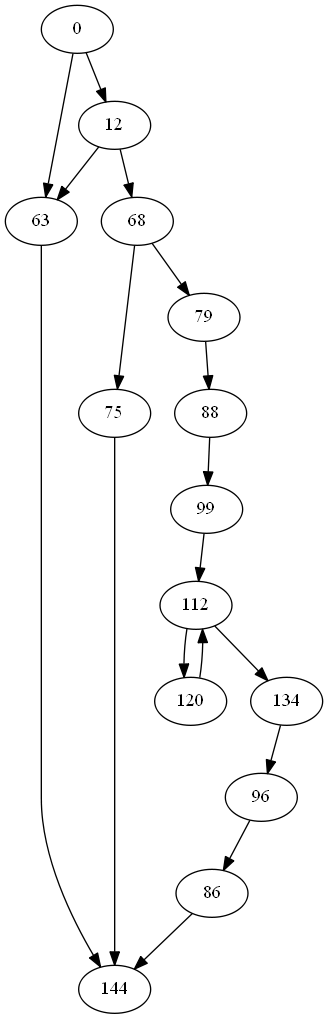
Michael-LiangAnze/iEvmOpt keeps this Graphviz diagram as iEvmOpt/Cfg/CfgOutput/test1_graph.png. Above is the earlier version. Its source is kept beside it as iEvmOpt/Cfg/CfgOutput/test1_graph.gv.
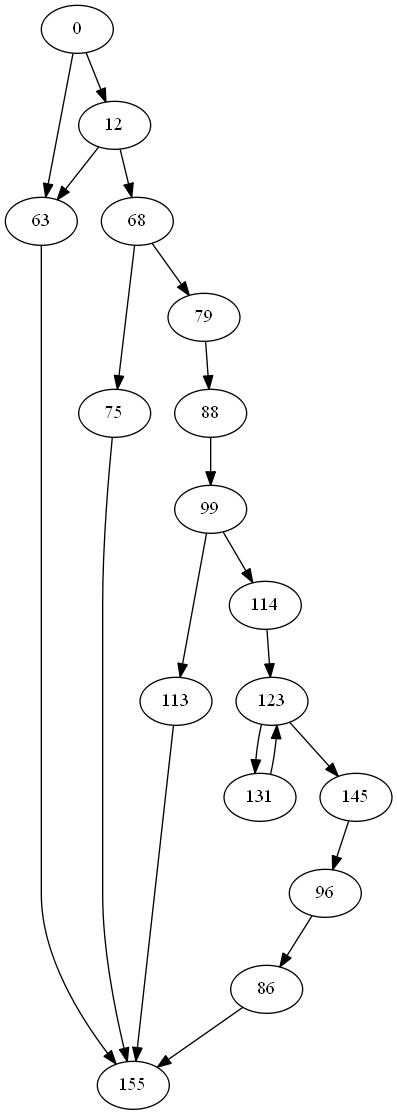
After the commit.

Diff of the diagram source:
```diff
@@ -9,25 +9,30 @@
 	88 [label=88]
 	96 [label=96]
 	99 [label=99]
-	112 [label=112]
-	120 [label=120]
-	134 [label=134]
-	144 [label=144]
+	113 [label=113]
+	114 [label=114]
+	123 [label=123]
+	131 [label=131]
+	145 [label=145]
+	155 [label=155]
 	0 -> 12
 	0 -> 63
 	12 -> 68
 	12 -> 63
-	63 -> 144
+	63 -> 155
 	68 -> 75
 	68 -> 79
-	75 -> 144
+	75 -> 155
 	79 -> 88
-	86 -> 144
+	86 -> 155
 	88 -> 99
 	96 -> 86
-	99 -> 112
-	112 -> 120
-	112 -> 134
-	120 -> 112
-	134 -> 96
+	99 -> 113
+	99 -> 114
+	113 -> 155
+	114 -> 123
+	123 -> 145
+	123 -> 131
+	131 -> 123
+	145 -> 96
 }
```
